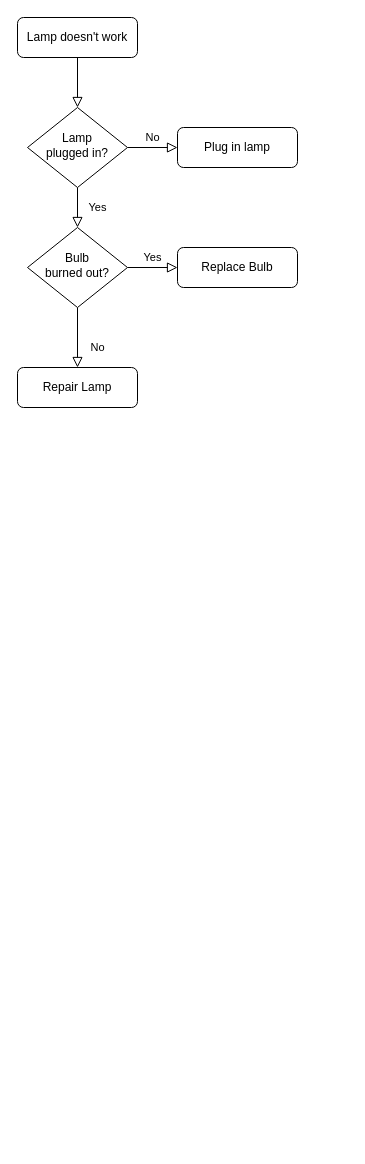
Above: diagrams/Untitled Diagram.drawio in inyormanjr/CA.ERP (draw.io), before the change. Source tidied: cells renumbered, new cells numbered last; positions are measured from the earlier drawing's top-left corner, leaving out a move shared by most shapes. Both pictures are drawn from the tidied source at 100%, with x=0, y=0 at pixel (17, 17).
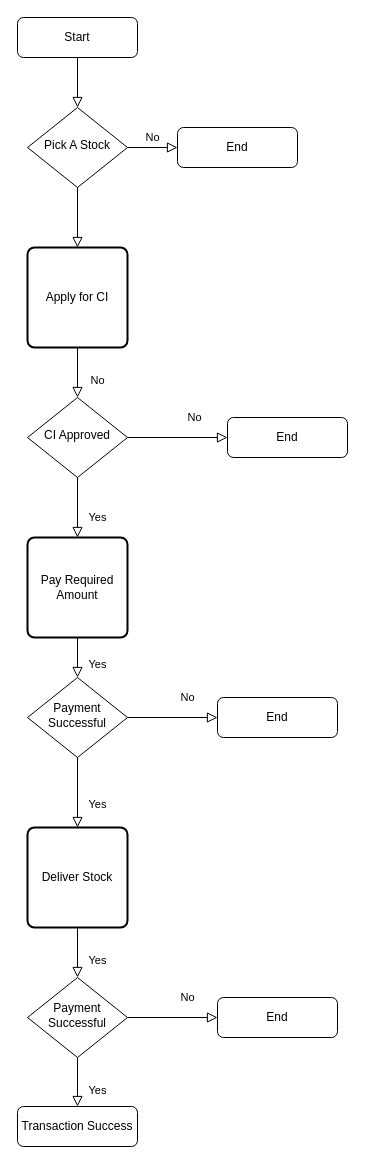
The same page after the edit.

The edit, as a diff of the source:
```diff
@@
-    <mxCell id="3" value="Lamp doesn't work" style="rounded=1;whiteSpace=wrap;html=1;fontSize=12;glass=0;strokeWidth=1;shadow=0;" parent="1" vertex="1">
+    <mxCell id="3" value="Start" style="rounded=1;whiteSpace=wrap;html=1;fontSize=12;glass=0;strokeWidth=1;shadow=0;" parent="1" vertex="1">
       <mxGeometry width="120" height="40" as="geometry" />
     </mxCell>
-    <mxCell id="4" value="Yes" style="rounded=0;html=1;jettySize=auto;fontSize=11;endArrow=block;endFill=0;endSize=8;strokeWidth=1;shadow=0;labelBackgroundColor=none;edgeStyle=orthogonalEdgeStyle;" parent="1" edge="1" source="6" target="10">
-      <mxGeometry y="20" relative="1" as="geometry" />
-    </mxCell>
@@
-    <mxCell id="6" value="Lamp&lt;br&gt;plugged in?" style="rhombus;whiteSpace=wrap;html=1;shadow=0;fontFamily=Helvetica;fontSize=12;align=center;strokeWidth=1;spacing=6;spacingTop=-4;" parent="1" vertex="1">
+    <mxCell id="6" value="Pick A Stock" style="rhombus;whiteSpace=wrap;html=1;shadow=0;fontFamily=Helvetica;fontSize=12;align=center;strokeWidth=1;spacing=6;spacingTop=-4;" parent="1" vertex="1">
       <mxGeometry x="10" y="90" width="100" height="80" as="geometry" />
     </mxCell>
-    <mxCell id="7" value="Plug in lamp" style="rounded=1;whiteSpace=wrap;html=1;fontSize=12;glass=0;strokeWidth=1;shadow=0;" parent="1" vertex="1">
+    <mxCell id="7" value="End" style="rounded=1;whiteSpace=wrap;html=1;fontSize=12;glass=0;strokeWidth=1;shadow=0;" parent="1" vertex="1">
       <mxGeometry x="160" y="110" width="120" height="40" as="geometry" />
     </mxCell>
-    <mxCell id="8" value="No" style="rounded=0;html=1;jettySize=auto;fontSize=11;endArrow=block;endFill=0;endSize=8;strokeWidth=1;shadow=0;labelBackgroundColor=none;edgeStyle=orthogonalEdgeStyle;" parent="1" edge="1" source="10" target="11">
-      <mxGeometry x="0.33" y="20" relative="1" as="geometry" />
-    </mxCell>
-    <mxCell id="9" value="Yes" style="edgeStyle=orthogonalEdgeStyle;rounded=0;html=1;jettySize=auto;fontSize=11;endArrow=block;endFill=0;endSize=8;strokeWidth=1;shadow=0;labelBackgroundColor=none;" parent="1" edge="1" source="10" target="12">
-      <mxGeometry y="10" relative="1" as="geometry" />
-    </mxCell>
-    <mxCell id="10" value="Bulb&lt;br&gt;burned out?" style="rhombus;whiteSpace=wrap;html=1;shadow=0;fontFamily=Helvetica;fontSize=12;align=center;strokeWidth=1;spacing=6;spacingTop=-4;" parent="1" vertex="1">
-      <mxGeometry x="10" y="210" width="100" height="80" as="geometry" />
-    </mxCell>
-    <mxCell id="11" value="Repair Lamp" style="rounded=1;whiteSpace=wrap;html=1;fontSize=12;glass=0;strokeWidth=1;shadow=0;" parent="1" vertex="1">
-      <mxGeometry y="350" width="120" height="40" as="geometry" />
-    </mxCell>
-    <mxCell id="12" value="Replace Bulb" style="rounded=1;whiteSpace=wrap;html=1;fontSize=12;glass=0;strokeWidth=1;shadow=0;" parent="1" vertex="1">
-      <mxGeometry x="160" y="230" width="120" height="40" as="geometry" />
-    </mxCell>
+    <mxCell id="13" value="Apply for CI" style="rounded=1;whiteSpace=wrap;html=1;absoluteArcSize=1;arcSize=14;strokeWidth=2;" parent="1" vertex="1">
+      <mxGeometry x="10" y="230" width="100" height="100" as="geometry" />
+    </mxCell>
+    <mxCell id="14" style="rounded=0;html=1;jettySize=auto;fontSize=11;endArrow=block;endFill=0;endSize=8;strokeWidth=1;shadow=0;labelBackgroundColor=none;edgeStyle=orthogonalEdgeStyle;" parent="1" edge="1" source="6" target="13">
+      <mxGeometry x="0.33" y="20" relative="1" as="geometry" />
+    </mxCell>
+    <mxCell id="15" value="CI Approved" style="rhombus;whiteSpace=wrap;html=1;shadow=0;fontFamily=Helvetica;fontSize=12;align=center;strokeWidth=1;spacing=6;spacingTop=-4;" parent="1" vertex="1">
+      <mxGeometry x="10" y="380" width="100" height="80" as="geometry" />
+    </mxCell>
+    <mxCell id="16" value="No" style="rounded=0;html=1;jettySize=auto;fontSize=11;endArrow=block;endFill=0;endSize=8;strokeWidth=1;shadow=0;labelBackgroundColor=none;edgeStyle=orthogonalEdgeStyle;" parent="1" edge="1" source="13" target="15">
+      <mxGeometry x="0.33" y="20" relative="1" as="geometry" />
+    </mxCell>
+    <mxCell id="17" value="No" style="rounded=0;html=1;jettySize=auto;fontSize=11;endArrow=block;endFill=0;endSize=8;strokeWidth=1;shadow=0;labelBackgroundColor=none;edgeStyle=orthogonalEdgeStyle;" parent="1" edge="1" source="15" target="18">
+      <mxGeometry x="0.33" y="20" relative="1" as="geometry" />
+    </mxCell>
+    <mxCell id="18" value="End" style="rounded=1;whiteSpace=wrap;html=1;fontSize=12;glass=0;strokeWidth=1;shadow=0;" parent="1" vertex="1">
+      <mxGeometry x="210" y="400" width="120" height="40" as="geometry" />
+    </mxCell>
+    <mxCell id="19" value="Yes" style="rounded=0;html=1;jettySize=auto;fontSize=11;endArrow=block;endFill=0;endSize=8;strokeWidth=1;shadow=0;labelBackgroundColor=none;edgeStyle=orthogonalEdgeStyle;" parent="1" edge="1" source="15" target="20">
+      <mxGeometry x="0.33" y="20" relative="1" as="geometry" />
+    </mxCell>
+    <mxCell id="20" value="Pay Required Amount" style="rounded=1;whiteSpace=wrap;html=1;absoluteArcSize=1;arcSize=14;strokeWidth=2;" parent="1" vertex="1">
+      <mxGeometry x="10" y="520" width="100" height="100" as="geometry" />
+    </mxCell>
+    <mxCell id="21" value="Payment Successful" style="rhombus;whiteSpace=wrap;html=1;shadow=0;fontFamily=Helvetica;fontSize=12;align=center;strokeWidth=1;spacing=6;spacingTop=-4;" parent="1" vertex="1">
+      <mxGeometry x="10" y="660" width="100" height="80" as="geometry" />
+    </mxCell>
+    <mxCell id="22" value="Yes" style="rounded=0;html=1;jettySize=auto;fontSize=11;endArrow=block;endFill=0;endSize=8;strokeWidth=1;shadow=0;labelBackgroundColor=none;edgeStyle=orthogonalEdgeStyle;" parent="1" edge="1" source="20" target="21">
+      <mxGeometry x="0.33" y="20" relative="1" as="geometry" />
+    </mxCell>
+    <mxCell id="23" value="End" style="rounded=1;whiteSpace=wrap;html=1;fontSize=12;glass=0;strokeWidth=1;shadow=0;" parent="1" vertex="1">
+      <mxGeometry x="200" y="680" width="120" height="40" as="geometry" />
+    </mxCell>
+    <mxCell id="24" value="No" style="rounded=0;html=1;jettySize=auto;fontSize=11;endArrow=block;endFill=0;endSize=8;strokeWidth=1;shadow=0;labelBackgroundColor=none;edgeStyle=orthogonalEdgeStyle;" parent="1" edge="1" source="21" target="23">
+      <mxGeometry x="0.33" y="20" relative="1" as="geometry" />
+    </mxCell>
+    <mxCell id="25" value="Deliver Stock" style="rounded=1;whiteSpace=wrap;html=1;absoluteArcSize=1;arcSize=14;strokeWidth=2;" parent="1" vertex="1">
+      <mxGeometry x="10" y="810" width="100" height="100" as="geometry" />
+    </mxCell>
+    <mxCell id="26" value="Yes" style="rounded=0;html=1;jettySize=auto;fontSize=11;endArrow=block;endFill=0;endSize=8;strokeWidth=1;shadow=0;labelBackgroundColor=none;edgeStyle=orthogonalEdgeStyle;" parent="1" edge="1" source="21" target="25">
+      <mxGeometry x="0.33" y="20" relative="1" as="geometry" />
+    </mxCell>
+    <mxCell id="27" value="Payment Successful" style="rhombus;whiteSpace=wrap;html=1;shadow=0;fontFamily=Helvetica;fontSize=12;align=center;strokeWidth=1;spacing=6;spacingTop=-4;" parent="1" vertex="1">
+      <mxGeometry x="10" y="960" width="100" height="80" as="geometry" />
+    </mxCell>
+    <mxCell id="28" value="Yes" style="rounded=0;html=1;jettySize=auto;fontSize=11;endArrow=block;endFill=0;endSize=8;strokeWidth=1;shadow=0;labelBackgroundColor=none;edgeStyle=orthogonalEdgeStyle;" parent="1" edge="1" source="25" target="27">
+      <mxGeometry x="0.33" y="20" relative="1" as="geometry" />
+    </mxCell>
+    <mxCell id="29" value="End" style="rounded=1;whiteSpace=wrap;html=1;fontSize=12;glass=0;strokeWidth=1;shadow=0;" parent="1" vertex="1">
+      <mxGeometry x="200" y="980" width="120" height="40" as="geometry" />
+    </mxCell>
+    <mxCell id="30" value="No" style="rounded=0;html=1;jettySize=auto;fontSize=11;endArrow=block;endFill=0;endSize=8;strokeWidth=1;shadow=0;labelBackgroundColor=none;edgeStyle=orthogonalEdgeStyle;" parent="1" edge="1" source="27" target="29">
+      <mxGeometry x="0.33" y="20" relative="1" as="geometry" />
+    </mxCell>
+    <mxCell id="31" value="Yes" style="rounded=0;html=1;jettySize=auto;fontSize=11;endArrow=block;endFill=0;endSize=8;strokeWidth=1;shadow=0;labelBackgroundColor=none;edgeStyle=orthogonalEdgeStyle;entryX=0.5;entryY=0;entryDx=0;entryDy=0;" parent="1" edge="1" source="27" target="32">
+      <mxGeometry x="0.33" y="20" relative="1" as="geometry" />
+    </mxCell>
+    <mxCell id="32" value="Transaction Success" style="rounded=1;whiteSpace=wrap;html=1;fontSize=12;glass=0;strokeWidth=1;shadow=0;" parent="1" vertex="1">
+      <mxGeometry y="1089" width="120" height="40" as="geometry" />
+    </mxCell>
```
